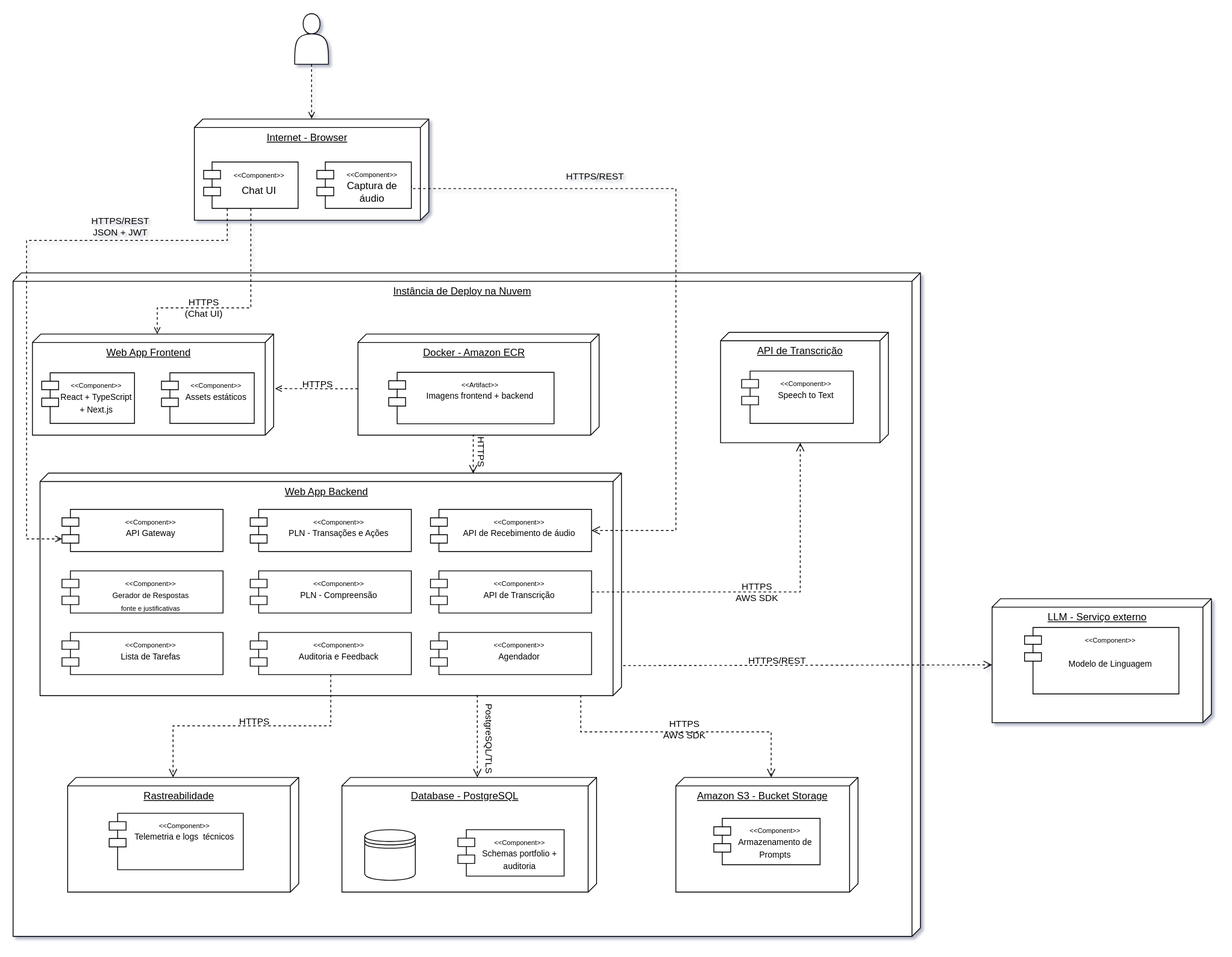
The draw.io diagram assets/diagrama_de_deploy.svg in AnaCris007/AZ1-MCP, before a commit. Source tidied: cells renumbered, new cells last; positions are measured from the earlier drawing's top-left corner, leaving out a move shared by most shapes.
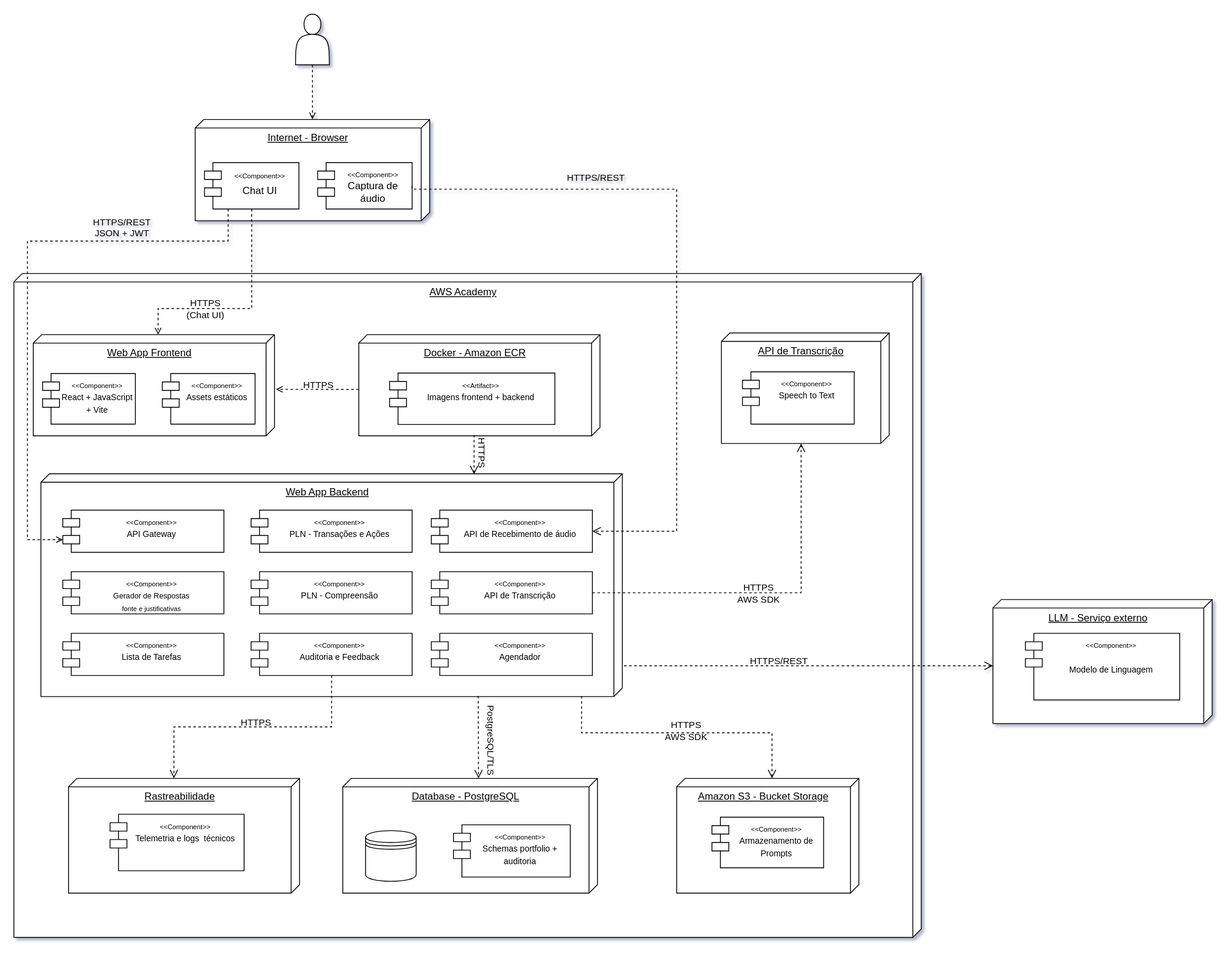
The same diagram one commit later.

Commit message:
fix: ajustar pequeno detalhe no diagrama de deploy #86

What changed in the source:
```diff
@@ -5,7 +5,7 @@
     <mxCell id="2" style="shape=actor;whiteSpace=wrap;html=1;labelBackgroundColor=none;rounded=0;" parent="1" vertex="1">
       <mxGeometry x="334" width="40" height="60" as="geometry" />
     </mxCell>
-    <mxCell id="3" value="Instância de Deploy na Nuvem" style="verticalAlign=top;align=center;spacingTop=8;spacingLeft=2;spacingRight=12;shape=cube;size=10;direction=south;fontStyle=4;html=1;whiteSpace=wrap;labelBackgroundColor=none;rounded=0;" parent="1" vertex="1">
+    <mxCell id="3" value="AWS Academy" style="verticalAlign=top;align=center;spacingTop=8;spacingLeft=2;spacingRight=12;shape=cube;size=10;direction=south;fontStyle=4;html=1;whiteSpace=wrap;labelBackgroundColor=none;rounded=0;" parent="1" vertex="1">
       <mxGeometry y="307.5" width="1076" height="787" as="geometry" />
     </mxCell>
     <mxCell id="4" value="Web App Frontend" style="verticalAlign=top;align=center;spacingTop=8;spacingLeft=2;spacingRight=12;shape=cube;size=10;direction=south;fontStyle=4;html=1;whiteSpace=wrap;labelBackgroundColor=none;rounded=0;" parent="1" vertex="1">
@@ -16,7 +16,7 @@
         <mxPoint x="354" y="124.6" as="targetPoint" />
       </mxGeometry>
     </mxCell>
-    <mxCell id="6" value="&lt;div&gt;&lt;font style=&quot;font-size: 8px;&quot;&gt;&amp;lt;&amp;lt;Component&amp;gt;&amp;gt;&lt;/font&gt;&lt;/div&gt;&lt;font style=&quot;font-size: 10px;&quot;&gt;React + TypeScript + Next.js&lt;/font&gt;" style="shape=module;align=left;spacingLeft=20;align=center;verticalAlign=top;whiteSpace=wrap;html=1;labelBackgroundColor=none;rounded=0;" parent="1" vertex="1">
+    <mxCell id="6" value="&lt;div&gt;&lt;font style=&quot;font-size: 8px;&quot;&gt;&amp;lt;&amp;lt;Component&amp;gt;&amp;gt;&lt;/font&gt;&lt;/div&gt;&lt;font style=&quot;font-size: 10px;&quot;&gt;React + JavaScript + Vite&lt;/font&gt;" style="shape=module;align=left;spacingLeft=20;align=center;verticalAlign=top;whiteSpace=wrap;html=1;labelBackgroundColor=none;rounded=0;" parent="1" vertex="1">
       <mxGeometry x="34" y="426" width="110" height="60" as="geometry" />
     </mxCell>
     <mxCell id="7" value="&lt;font style=&quot;font-size: 8px;&quot;&gt;&amp;lt;&amp;lt;Component&amp;gt;&amp;gt;&lt;/font&gt;&lt;div&gt;&lt;font style=&quot;font-size: 10px;&quot;&gt;Assets estáticos&lt;/font&gt;&lt;/div&gt;" style="shape=module;align=left;spacingLeft=20;align=center;verticalAlign=top;whiteSpace=wrap;html=1;labelBackgroundColor=none;rounded=0;" parent="1" vertex="1">
@@ -32,7 +32,7 @@
       <mxGeometry x="417" y="968" width="60" height="60" as="geometry" />
     </mxCell>
     <mxCell id="11" value="&lt;div&gt;&lt;span style=&quot;background-color: transparent; color: light-dark(rgb(0, 0, 0), rgb(255, 255, 255));&quot;&gt;&lt;font style=&quot;font-size: 8px;&quot;&gt;&amp;lt;&amp;lt;Component&amp;gt;&amp;gt;&lt;/font&gt;&lt;/span&gt;&lt;/div&gt;&lt;div&gt;&lt;font style=&quot;font-size: 10px;&quot;&gt;Schemas portfolio + auditoria&lt;/font&gt;&lt;/div&gt;" style="shape=module;align=left;spacingLeft=20;align=center;verticalAlign=top;whiteSpace=wrap;html=1;fontSize=12;labelBackgroundColor=none;rounded=0;" parent="1" vertex="1">
-      <mxGeometry x="527.5" y="968" width="126" height="55" as="geometry" />
+      <mxGeometry x="521.2" y="961" width="138.5" height="62" as="geometry" />
     </mxCell>
     <mxCell id="12" value="&lt;font style=&quot;font-size: 8px;&quot;&gt;&amp;lt;&amp;lt;Component&amp;gt;&amp;gt;&lt;/font&gt;&lt;div&gt;&lt;font size=&quot;1&quot;&gt;API de Recebimento de áudio&lt;/font&gt;&lt;/div&gt;" style="shape=module;align=left;spacingLeft=20;align=center;verticalAlign=top;whiteSpace=wrap;html=1;labelBackgroundColor=none;rounded=0;" parent="1" vertex="1">
       <mxGeometry x="495" y="588" width="191" height="50" as="geometry" />
@@ -101,7 +101,7 @@
       <mxGeometry x="1161" y="694" width="260" height="147" as="geometry" />
     </mxCell>
     <mxCell id="29" value="&lt;font style=&quot;font-size: 8px;&quot;&gt;&amp;lt;&amp;lt;Component&amp;gt;&amp;gt;&lt;/font&gt;&lt;div&gt;&lt;font style=&quot;font-size: 8px;&quot;&gt;&lt;br&gt;&lt;/font&gt;&lt;/div&gt;&lt;div&gt;&lt;font style=&quot;font-size: 10px;&quot;&gt;Modelo de Linguagem&lt;/font&gt;&lt;/div&gt;" style="shape=module;align=left;spacingLeft=20;align=center;verticalAlign=top;whiteSpace=wrap;html=1;labelBackgroundColor=none;rounded=0;" parent="1" vertex="1">
-      <mxGeometry x="1199.5" y="728" width="183" height="79" as="geometry" />
+      <mxGeometry x="1199.5" y="734" width="183" height="79" as="geometry" />
     </mxCell>
     <mxCell id="30" style="edgeStyle=segmentEdgeStyle;endArrow=open;html=1;curved=0;rounded=0;endSize=8;startSize=8;exitX=0.865;exitY=-0.003;exitDx=0;exitDy=0;exitPerimeter=0;entryX=0;entryY=0;entryDx=78.5;entryDy=260;entryPerimeter=0;labelBackgroundColor=none;fontColor=default;endFill=0;dashed=1;" parent="1" edge="1" source="8" target="28">
       <mxGeometry relative="1" as="geometry">
@@ -174,7 +174,7 @@
       </mxGeometry>
     </mxCell>
     <mxCell id="47" value="&lt;div&gt;&lt;span style=&quot;background-color: transparent; color: light-dark(rgb(0, 0, 0), rgb(255, 255, 255));&quot;&gt;&lt;font style=&quot;font-size: 8px;&quot;&gt;&amp;lt;&amp;lt;Component&amp;gt;&amp;gt;&lt;/font&gt;&lt;/span&gt;&lt;/div&gt;&lt;div&gt;&lt;span style=&quot;font-size: 10px;&quot;&gt;Armazenamento de Prompts&lt;/span&gt;&lt;/div&gt;" style="shape=module;align=left;spacingLeft=20;align=center;verticalAlign=top;whiteSpace=wrap;html=1;fontSize=12;labelBackgroundColor=none;rounded=0;" parent="1" vertex="1">
-      <mxGeometry x="831" y="954.5" width="126" height="55" as="geometry" />
+      <mxGeometry x="827.8" y="952" width="132.5" height="60" as="geometry" />
     </mxCell>
     <mxCell id="48" value="HTTPS" style="edgeLabel;html=1;align=center;verticalAlign=middle;labelBackgroundColor=none;rotation=0;" parent="1" vertex="1">
       <mxGeometry x="286" y="839" as="geometry" />
```
